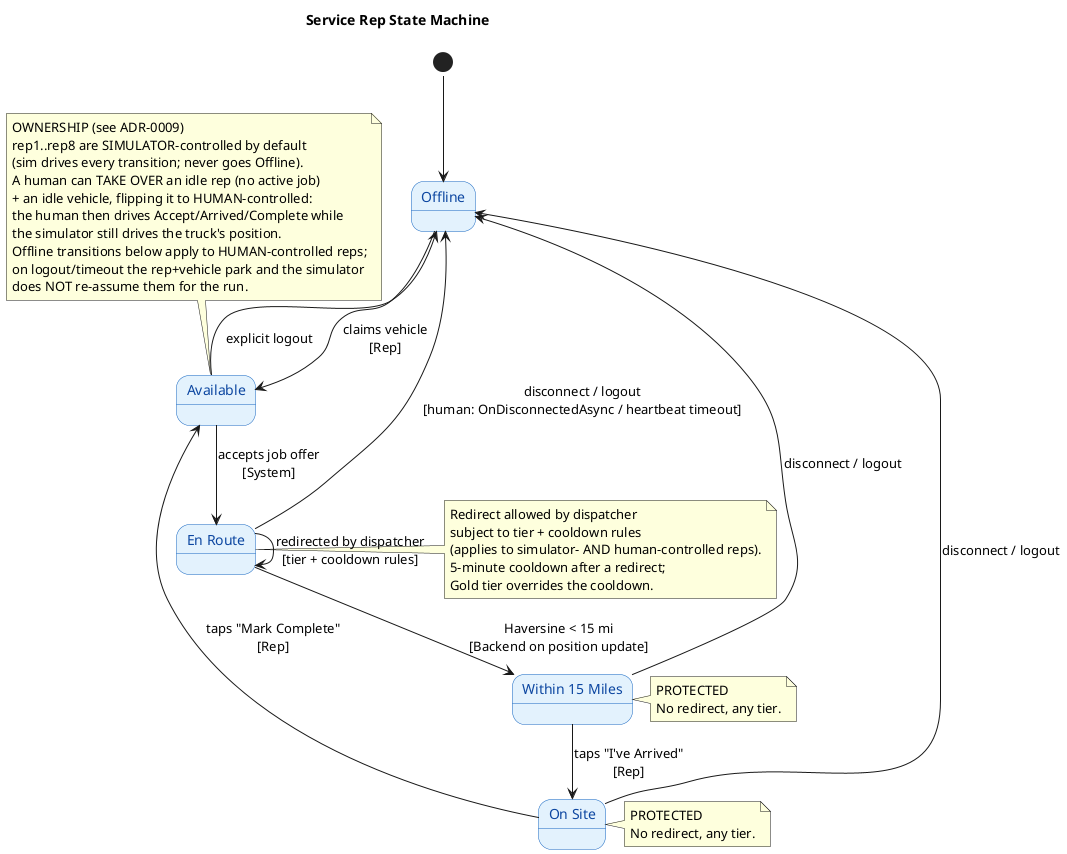
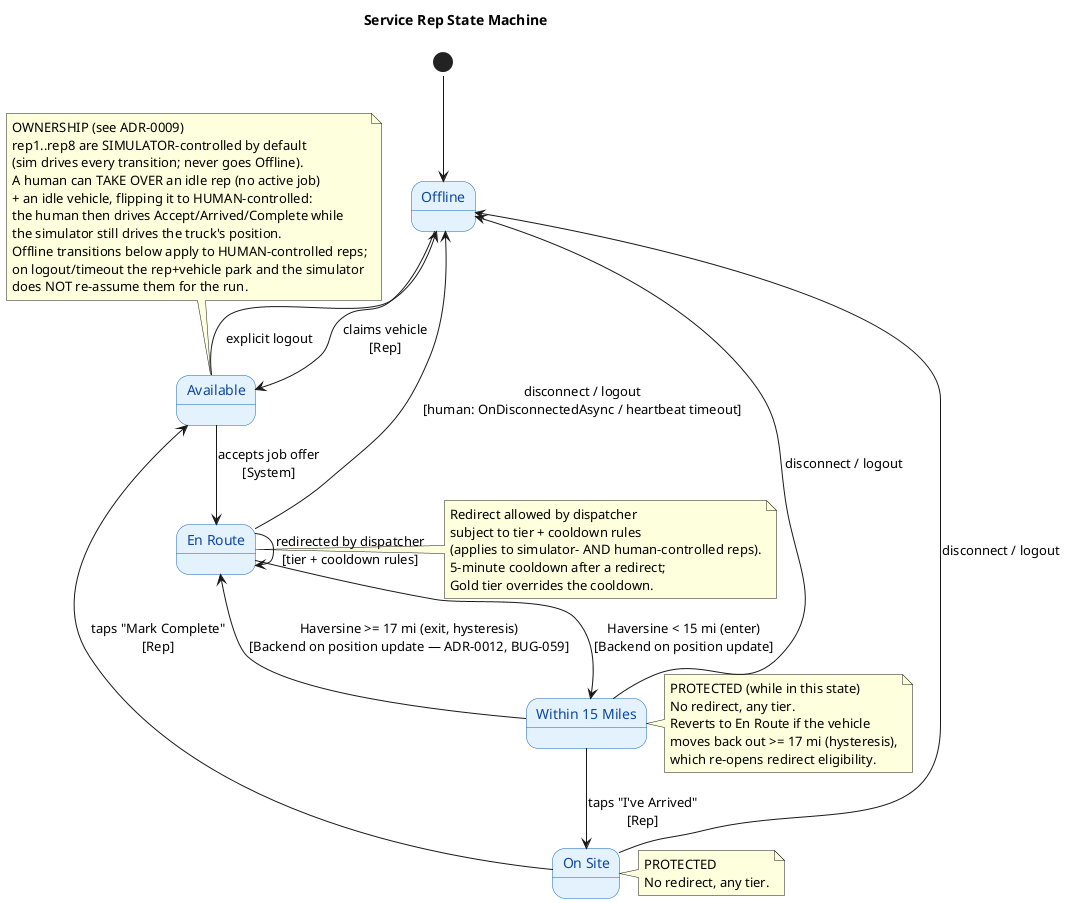
@startuml rep-state-machine
!pragma layout smetana
title Service Rep State Machine

skinparam state {
    BackgroundColor #E3F2FD
    BorderColor #1565C0
    FontColor #0D47A1
}

state "Offline" as Offline
state "Available" as Available
state "En Route" as EnRoute
state "Within 15 Miles" as Within15Miles
state "On Site" as OnSite

[*] --> Offline

Offline --> Available : claims vehicle\n[Rep]
Available --> EnRoute : accepts job offer\n[System]
- EnRoute --> Within15Miles : Haversine < 15 mi\n[Backend on position update]
+ EnRoute --> Within15Miles : Haversine < 15 mi (enter)\n[Backend on position update]
+ Within15Miles --> EnRoute : Haversine >= 17 mi (exit, hysteresis)\n[Backend on position update — ADR-0012, BUG-059]
Within15Miles --> OnSite : taps "I've Arrived"\n[Rep]
OnSite --> Available : taps "Mark Complete"\n[Rep]

EnRoute --> EnRoute : redirected by dispatcher\n[tier + cooldown rules]

EnRoute --> Offline : disconnect / logout\n[human: OnDisconnectedAsync / heartbeat timeout]
Within15Miles --> Offline : disconnect / logout
OnSite --> Offline : disconnect / logout
Available --> Offline : explicit logout

note top of Available
  OWNERSHIP (see ADR-0009)
  rep1..rep8 are SIMULATOR-controlled by default
  (sim drives every transition; never goes Offline).
  A human can TAKE OVER an idle rep (no active job)
  + an idle vehicle, flipping it to HUMAN-controlled:
  the human then drives Accept/Arrived/Complete while
  the simulator still drives the truck's position.
  Offline transitions below apply to HUMAN-controlled reps;
  on logout/timeout the rep+vehicle park and the simulator
  does NOT re-assume them for the run.
end note

note right of EnRoute
  Redirect allowed by dispatcher
  subject to tier + cooldown rules
  (applies to simulator- AND human-controlled reps).
  5-minute cooldown after a redirect;
  Gold tier overrides the cooldown.
end note

note right of Within15Miles
-   PROTECTED
+   PROTECTED (while in this state)
  No redirect, any tier.
+   Reverts to En Route if the vehicle
+   moves back out >= 17 mi (hysteresis),
+   which re-opens redirect eligibility.
end note

note right of OnSite
  PROTECTED
  No redirect, any tier.
end note

@enduml

@startuml request-state-machine
!pragma layout smetana
title Service Request State Machine

skinparam state {
    BackgroundColor #E8F5E9
    BorderColor #2E7D32
    FontColor #1B5E20
}

state "Pending" as Pending
state "Assigned" as Assigned
state "In Progress" as InProgress
state "Completed" as Completed

[*] --> Pending : requester submits

Pending --> Assigned : rep accepts job offer
Assigned --> InProgress : rep taps "I've Arrived" (On Site)
InProgress --> Completed : rep taps "Mark Complete"
Completed --> [*]

Assigned --> Pending : rep redirected\nOR rep goes Offline
InProgress --> Pending : rep goes Offline mid-job

@enduml

@startuml vehicle-state-machine
!pragma layout smetana
title Vehicle State Machine

skinparam state {
    BackgroundColor #F3E5F5
    BorderColor #6A1B9A
    FontColor #4A148C
}

state "Unclaimed" as Unclaimed
state "Claimed" as Claimed

[*] --> Unclaimed : seeded at startup

Unclaimed --> Claimed : rep selects vehicle\n[first-come, first-served]
Claimed --> Unclaimed : rep logs out and releases
Claimed --> Unclaimed : dispatcher force-releases

note right of Claimed
  Stays claimed if rep disconnects.
  Released only by rep re-login + release
  or dispatcher force-release.
end note

@enduml

@startuml job-offer-state-machine
!pragma layout smetana
title Job Offer State Machine

skinparam state {
    BackgroundColor #FFF8E1
    BorderColor #F57F17
    FontColor #E65100
}

state "Pending" as Pending
state "Accepted" as Accepted
state "Declined" as Declined
state "Expired" as Expired

[*] --> Pending : offer sent to rep\n(60s countdown starts)

Pending --> Accepted : rep taps Accept
Pending --> Declined : rep taps Decline
Pending --> Expired : 60s elapsed, no response

Accepted --> [*] : request becomes Assigned
Declined --> [*] : next best rep offered
Expired --> [*] : treated as Declined\nrep permanently skipped for this job

note bottom of Expired
  Expired = Declined for all
  business rule purposes.
  Rep skipped even if request re-queues.
end note

@enduml
